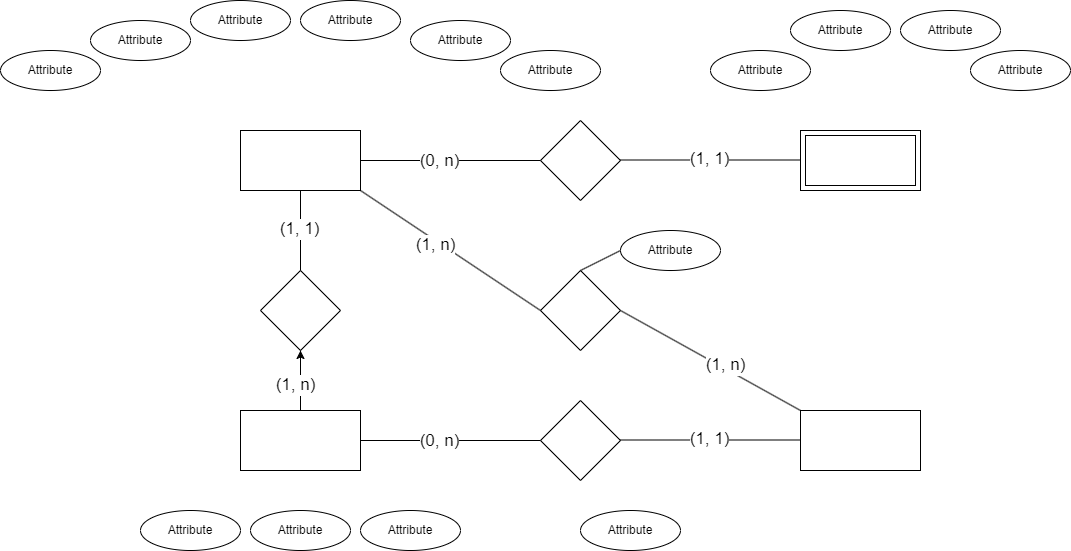
The draw.io diagram Chương 2.png in datnham0212/learning, before a commit. Source tidied: cells renumbered, new cells last; positions are measured from the earlier drawing's top-left corner, leaving out a move shared by most shapes.
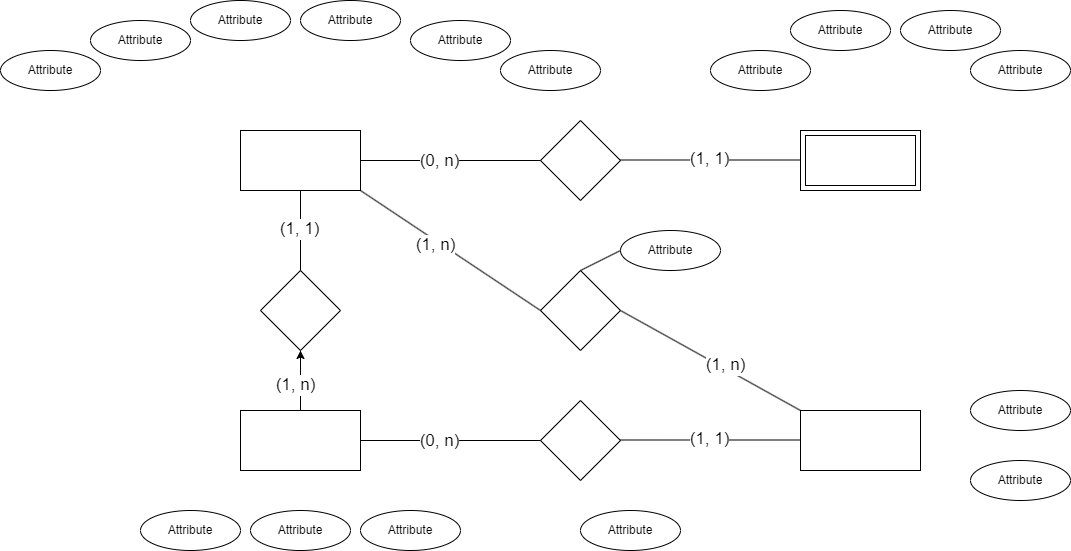
Above is the later version.

The edit, as a diff of the source:
```diff
@@ -160,5 +160,11 @@
         <mxPoint x="-6" y="-16" as="offset" />
       </mxGeometry>
     </mxCell>
+    <mxCell id="43" value="Attribute" style="ellipse;whiteSpace=wrap;html=1;align=center;" parent="1" vertex="1">
+      <mxGeometry x="970" y="390" width="100" height="40" as="geometry" />
+    </mxCell>
+    <mxCell id="44" value="Attribute" style="ellipse;whiteSpace=wrap;html=1;align=center;" parent="1" vertex="1">
+      <mxGeometry x="970" y="460" width="100" height="40" as="geometry" />
+    </mxCell>
   </root>
 </mxGraphModel>
```
